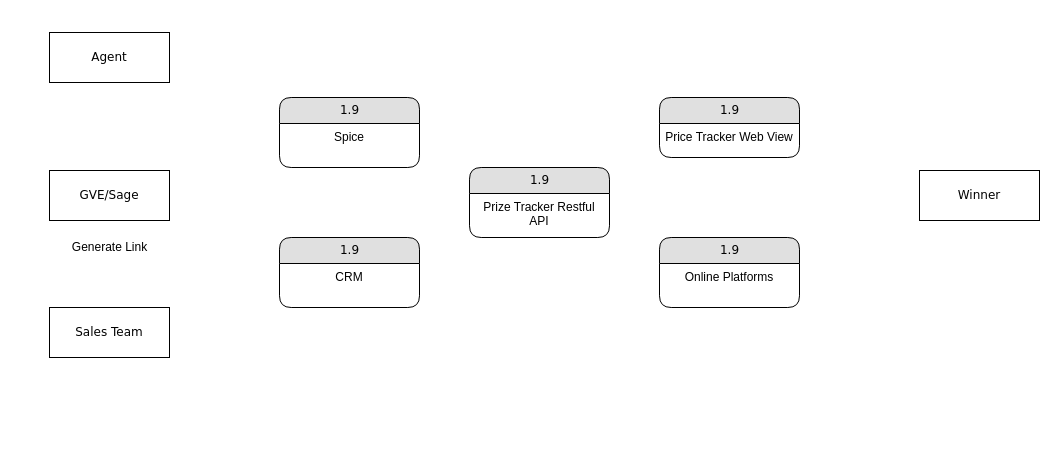
This is Flowcharts/Untitled Diagram.drawio from gittycoder02/PrizeTracker, a draw.io file, before an edit. Source tidied: cells renumbered, new cells numbered last; positions are measured from the earlier drawing's top-left corner, leaving out a move shared by most shapes. Both pictures are drawn from the tidied source at 100%, with x=0, y=0 at pixel (49, 32).
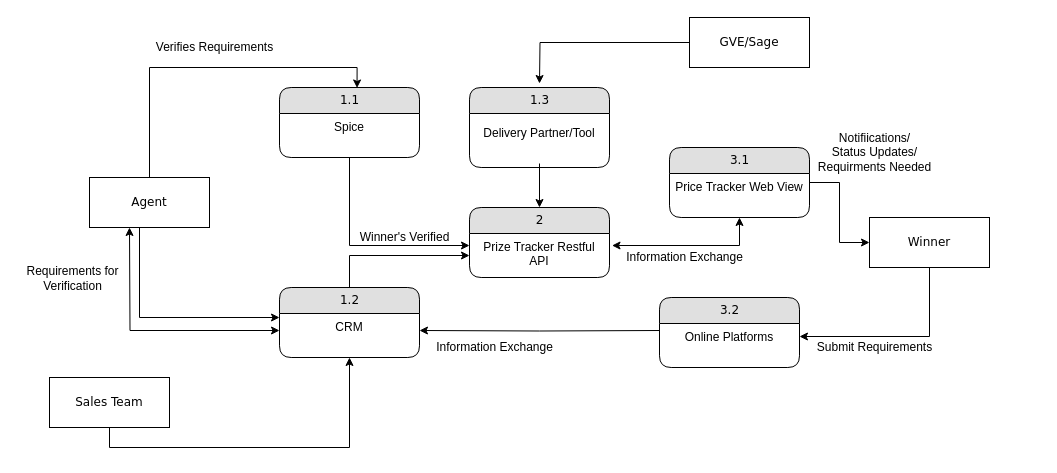
The same page after the edit.

The change refers to these unchanged cells:
```xml
<mxCell id="4" value="Online Platforms" style="text;html=1;strokeColor=none;fillColor=none;spacingLeft=4;spacingRight=4;whiteSpace=wrap;overflow=hidden;points=[[0,0.5],[1,0.5]];portConstraint=eastwest;align=center;" parent="3" vertex="1">
  <mxGeometry y="26" width="140" height="26" as="geometry" />
</mxCell>
<mxCell id="11" value="CRM" style="text;html=1;strokeColor=none;fillColor=none;spacingLeft=4;spacingRight=4;whiteSpace=wrap;overflow=hidden;points=[[0,0.5],[1,0.5]];portConstraint=eastwest;align=center;" parent="10" vertex="1">
  <mxGeometry y="26" width="140" height="34" as="geometry" />
</mxCell>
<mxCell id="16" value="Prize Tracker Restful API" style="text;html=1;strokeColor=none;fillColor=none;spacingLeft=4;spacingRight=4;whiteSpace=wrap;overflow=hidden;points=[[0,0.5],[1,0.5]];portConstraint=eastwest;align=center;" parent="15" vertex="1">
  <mxGeometry y="26" width="140" height="44" as="geometry" />
</mxCell>
```

Diff of the diagram source:
```diff
@@
+    <mxCell id="17" style="edgeStyle=orthogonalEdgeStyle;rounded=0;jettySize=auto;html=1;entryX=0.554;entryY=0.007;entryDx=0;entryDy=0;entryPerimeter=0;exitX=0.5;exitY=0;exitDx=0;exitDy=0;" parent="1" edge="1" source="2" target="8">
+      <mxGeometry relative="1" as="geometry" />
+    </mxCell>
+    <mxCell id="18" style="edgeStyle=orthogonalEdgeStyle;rounded=0;jettySize=auto;html=1;exitX=0.667;exitY=1;exitDx=0;exitDy=0;exitPerimeter=0;" parent="1" edge="1" source="2" target="11">
+      <mxGeometry relative="1" as="geometry">
+        <Array as="points">
+          <mxPoint x="120" y="158" />
+          <mxPoint x="90" y="158" />
+          <mxPoint x="90" y="285" />
+        </Array>
+      </mxGeometry>
+    </mxCell>
     <mxCell id="2" value="Agent" style="whiteSpace=wrap;html=1;rounded=0;shadow=0;comic=0;labelBackgroundColor=none;strokeWidth=1;fontFamily=Verdana;fontSize=12;align=center;" parent="1" vertex="1">
-      <mxGeometry width="120" height="50" as="geometry" />
+      <mxGeometry x="40" y="145" width="120" height="50" as="geometry" />
     </mxCell>
-    <mxCell id="3" value="1.9" style="swimlane;html=1;fontStyle=0;horizontal=1;startSize=26;fillColor=#e0e0e0;swimlaneFillColor=#ffffff;align=center;rounded=1;shadow=0;comic=0;labelBackgroundColor=none;strokeWidth=1;fontFamily=Verdana;fontSize=12;" parent="1" vertex="1">
-      <mxGeometry x="610" y="205" width="140" height="70" as="geometry" />
+    <mxCell id="3" value="3.2" style="swimlane;html=1;fontStyle=0;horizontal=1;startSize=26;fillColor=#e0e0e0;swimlaneFillColor=#ffffff;align=center;rounded=1;shadow=0;comic=0;labelBackgroundColor=none;strokeWidth=1;fontFamily=Verdana;fontSize=12;" parent="1" vertex="1">
+      <mxGeometry x="610" y="265" width="140" height="70" as="geometry" />
     </mxCell>
@@
-    <mxCell id="5" value="Generate Link" style="text;html=1;align=center;verticalAlign=middle;fillColor=none;strokeColor=none;rounded=0;" parent="1" vertex="1">
-      <mxGeometry x="15" y="205" width="90" height="20" as="geometry" />
+    <mxCell id="5" value="&amp;nbsp; &amp;nbsp; &amp;nbsp; &amp;nbsp; &amp;nbsp;Verifies Requirements" style="text;html=1;align=center;verticalAlign=middle;fillColor=none;strokeColor=none;rounded=0;" parent="1" vertex="1">
+      <mxGeometry x="70" y="5" width="160" height="20" as="geometry" />
     </mxCell>
+    <mxCell id="19" style="edgeStyle=orthogonalEdgeStyle;rounded=0;jettySize=auto;html=1;" parent="1" edge="1" source="6">
+      <mxGeometry relative="1" as="geometry">
+        <mxPoint x="490" y="51" as="targetPoint" />
+      </mxGeometry>
+    </mxCell>
     <mxCell id="6" value="GVE/Sage" style="whiteSpace=wrap;html=1;rounded=0;shadow=0;comic=0;labelBackgroundColor=none;strokeWidth=1;fontFamily=Verdana;fontSize=12;align=center;" parent="1" vertex="1">
-      <mxGeometry y="138" width="120" height="50" as="geometry" />
+      <mxGeometry x="640" y="-15" width="120" height="50" as="geometry" />
     </mxCell>
+    <mxCell id="20" style="edgeStyle=orthogonalEdgeStyle;rounded=0;jettySize=auto;html=1;entryX=0.5;entryY=1;entryDx=0;entryDy=0;exitX=0.5;exitY=1;exitDx=0;exitDy=0;" parent="1" edge="1" source="7" target="10">
+      <mxGeometry relative="1" as="geometry" />
+    </mxCell>
     <mxCell id="7" value="Sales Team" style="whiteSpace=wrap;html=1;rounded=0;shadow=0;comic=0;labelBackgroundColor=none;strokeWidth=1;fontFamily=Verdana;fontSize=12;align=center;" parent="1" vertex="1">
-      <mxGeometry y="275" width="120" height="50" as="geometry" />
+      <mxGeometry y="345" width="120" height="50" as="geometry" />
     </mxCell>
+    <mxCell id="21" style="edgeStyle=orthogonalEdgeStyle;rounded=0;jettySize=auto;html=1;entryX=0;entryY=0.273;entryDx=0;entryDy=0;entryPerimeter=0;" parent="1" edge="1" source="8" target="16">
+      <mxGeometry relative="1" as="geometry" />
+    </mxCell>
-    <mxCell id="8" value="1.9" style="swimlane;html=1;fontStyle=0;horizontal=1;startSize=26;fillColor=#e0e0e0;swimlaneFillColor=#ffffff;align=center;rounded=1;shadow=0;comic=0;labelBackgroundColor=none;strokeWidth=1;fontFamily=Verdana;fontSize=12;" parent="1" vertex="1">
-      <mxGeometry x="230" y="65" width="140" height="70" as="geometry" />
+    <mxCell id="8" value="1.1" style="swimlane;html=1;fontStyle=0;horizontal=1;startSize=26;fillColor=#e0e0e0;swimlaneFillColor=#ffffff;align=center;rounded=1;shadow=0;comic=0;labelBackgroundColor=none;strokeWidth=1;fontFamily=Verdana;fontSize=12;" parent="1" vertex="1">
+      <mxGeometry x="230" y="55" width="140" height="70" as="geometry" />
     </mxCell>
@@
+    <mxCell id="22" style="edgeStyle=orthogonalEdgeStyle;rounded=0;jettySize=auto;html=1;entryX=0;entryY=0.5;entryDx=0;entryDy=0;" parent="1" edge="1" source="10" target="16">
+      <mxGeometry relative="1" as="geometry" />
+    </mxCell>
-    <mxCell id="10" value="1.9" style="swimlane;html=1;fontStyle=0;horizontal=1;startSize=26;fillColor=#e0e0e0;swimlaneFillColor=#ffffff;align=center;rounded=1;shadow=0;comic=0;labelBackgroundColor=none;strokeWidth=1;fontFamily=Verdana;fontSize=12;" parent="1" vertex="1">
-      <mxGeometry x="230" y="205" width="140" height="70" as="geometry" />
+    <mxCell id="10" value="1.2" style="swimlane;html=1;fontStyle=0;horizontal=1;startSize=26;fillColor=#e0e0e0;swimlaneFillColor=#ffffff;align=center;rounded=1;shadow=0;comic=0;labelBackgroundColor=none;strokeWidth=1;fontFamily=Verdana;fontSize=12;" parent="1" vertex="1">
+      <mxGeometry x="230" y="255" width="140" height="70" as="geometry" />
     </mxCell>
@@
+    <mxCell id="23" style="edgeStyle=orthogonalEdgeStyle;rounded=0;jettySize=auto;html=1;entryX=0;entryY=0.5;entryDx=0;entryDy=0;" parent="1" edge="1" source="12" target="14">
+      <mxGeometry relative="1" as="geometry" />
+    </mxCell>
+    <mxCell id="24" style="edgeStyle=orthogonalEdgeStyle;rounded=0;jettySize=auto;html=1;exitX=0.5;exitY=1;exitDx=0;exitDy=0;entryX=1.018;entryY=0.273;entryDx=0;entryDy=0;entryPerimeter=0;startArrow=classic;startFill=1;" parent="1" edge="1" source="12" target="16">
+      <mxGeometry relative="1" as="geometry" />
+    </mxCell>
-    <mxCell id="12" value="1.9" style="swimlane;html=1;fontStyle=0;horizontal=1;startSize=26;fillColor=#e0e0e0;swimlaneFillColor=#ffffff;align=center;rounded=1;shadow=0;comic=0;labelBackgroundColor=none;strokeWidth=1;fontFamily=Verdana;fontSize=12;" parent="1" vertex="1">
-      <mxGeometry x="610" y="65" width="140" height="60" as="geometry" />
+    <mxCell id="12" value="3.1" style="swimlane;html=1;fontStyle=0;horizontal=1;startSize=26;fillColor=#e0e0e0;swimlaneFillColor=#ffffff;align=center;rounded=1;shadow=0;comic=0;labelBackgroundColor=none;strokeWidth=1;fontFamily=Verdana;fontSize=12;" parent="1" vertex="1">
+      <mxGeometry x="620" y="115" width="140" height="70" as="geometry" />
     </mxCell>
@@
+    <mxCell id="25" style="edgeStyle=orthogonalEdgeStyle;rounded=0;jettySize=auto;html=1;exitX=0.5;exitY=1;exitDx=0;exitDy=0;entryX=1;entryY=0.5;entryDx=0;entryDy=0;" parent="1" edge="1" source="14" target="4">
+      <mxGeometry relative="1" as="geometry" />
+    </mxCell>
     <mxCell id="14" value="Winner" style="whiteSpace=wrap;html=1;rounded=0;shadow=0;comic=0;labelBackgroundColor=none;strokeWidth=1;fontFamily=Verdana;fontSize=12;align=center;" parent="1" vertex="1">
-      <mxGeometry x="870" y="138" width="120" height="50" as="geometry" />
+      <mxGeometry x="820" y="185" width="120" height="50" as="geometry" />
     </mxCell>
-    <mxCell id="15" value="1.9" style="swimlane;html=1;fontStyle=0;horizontal=1;startSize=26;fillColor=#e0e0e0;swimlaneFillColor=#ffffff;align=center;rounded=1;shadow=0;comic=0;labelBackgroundColor=none;strokeWidth=1;fontFamily=Verdana;fontSize=12;" parent="1" vertex="1">
-      <mxGeometry x="420" y="135" width="140" height="70" as="geometry" />
+    <mxCell id="15" value="2" style="swimlane;html=1;fontStyle=0;horizontal=1;startSize=26;fillColor=#e0e0e0;swimlaneFillColor=#ffffff;align=center;rounded=1;shadow=0;comic=0;labelBackgroundColor=none;strokeWidth=1;fontFamily=Verdana;fontSize=12;" parent="1" vertex="1">
+      <mxGeometry x="420" y="175" width="140" height="70" as="geometry" />
     </mxCell>
@@
+    <mxCell id="26" value="1.3" style="swimlane;html=1;fontStyle=0;horizontal=1;startSize=26;fillColor=#e0e0e0;swimlaneFillColor=#ffffff;align=center;rounded=1;shadow=0;comic=0;labelBackgroundColor=none;strokeWidth=1;fontFamily=Verdana;fontSize=12;" parent="1" vertex="1">
+      <mxGeometry x="420" y="55" width="140" height="80" as="geometry" />
+    </mxCell>
+    <mxCell id="27" style="edgeStyle=orthogonalEdgeStyle;rounded=0;jettySize=auto;html=1;entryX=0.5;entryY=0;entryDx=0;entryDy=0;" parent="1" edge="1" source="28" target="15">
+      <mxGeometry relative="1" as="geometry">
+        <Array as="points">
+          <mxPoint x="490" y="135" />
+          <mxPoint x="490" y="135" />
+        </Array>
+      </mxGeometry>
+    </mxCell>
+    <mxCell id="28" value="Delivery Partner/Tool" style="text;html=1;strokeColor=none;fillColor=none;spacingLeft=4;spacingRight=4;whiteSpace=wrap;overflow=hidden;points=[[0,0.5],[1,0.5]];portConstraint=eastwest;align=center;" parent="1" vertex="1">
+      <mxGeometry x="420" y="87" width="140" height="44" as="geometry" />
+    </mxCell>
+    <mxCell id="29" style="edgeStyle=orthogonalEdgeStyle;rounded=0;jettySize=auto;html=1;entryX=1;entryY=0.5;entryDx=0;entryDy=0;" parent="1" edge="1" target="11">
+      <mxGeometry relative="1" as="geometry">
+        <mxPoint x="610" y="298" as="sourcePoint" />
+      </mxGeometry>
+    </mxCell>
+    <mxCell id="30" value="Winner's Verified" style="text;html=1;align=center;verticalAlign=middle;fillColor=none;strokeColor=none;rounded=0;" parent="1" vertex="1">
+      <mxGeometry x="300" y="195" width="110" height="20" as="geometry" />
+    </mxCell>
+    <mxCell id="31" value="Information Exchange" style="text;html=1;align=center;verticalAlign=middle;fillColor=none;strokeColor=none;rounded=0;" parent="1" vertex="1">
+      <mxGeometry x="570" y="215" width="130" height="20" as="geometry" />
+    </mxCell>
+    <mxCell id="32" value="Notifiications/&lt;br&gt;Status Updates/&lt;br&gt;Requirments Needed" style="text;html=1;align=center;verticalAlign=middle;fillColor=none;strokeColor=none;rounded=0;" parent="1" vertex="1">
+      <mxGeometry x="760" y="95" width="130" height="50" as="geometry" />
+    </mxCell>
+    <mxCell id="33" value="Submit Requirements" style="text;html=1;align=center;verticalAlign=middle;fillColor=none;strokeColor=none;rounded=0;" parent="1" vertex="1">
+      <mxGeometry x="760" y="305" width="130" height="20" as="geometry" />
+    </mxCell>
+    <mxCell id="34" value="Requirements for &lt;br&gt;Verification" style="text;html=1;align=center;verticalAlign=middle;fillColor=none;strokeColor=none;rounded=0;" parent="1" vertex="1">
+      <mxGeometry x="-32" y="231" width="110" height="30" as="geometry" />
+    </mxCell>
+    <mxCell id="35" style="edgeStyle=orthogonalEdgeStyle;rounded=0;jettySize=auto;html=1;startArrow=classic;startFill=1;" parent="1" edge="1" source="11">
+      <mxGeometry relative="1" as="geometry">
+        <mxPoint x="80" y="195" as="targetPoint" />
+      </mxGeometry>
+    </mxCell>
+    <mxCell id="36" value="Information Exchange" style="text;html=1;align=center;verticalAlign=middle;fillColor=none;strokeColor=none;rounded=0;" parent="1" vertex="1">
+      <mxGeometry x="380" y="305" width="130" height="20" as="geometry" />
+    </mxCell>
```
